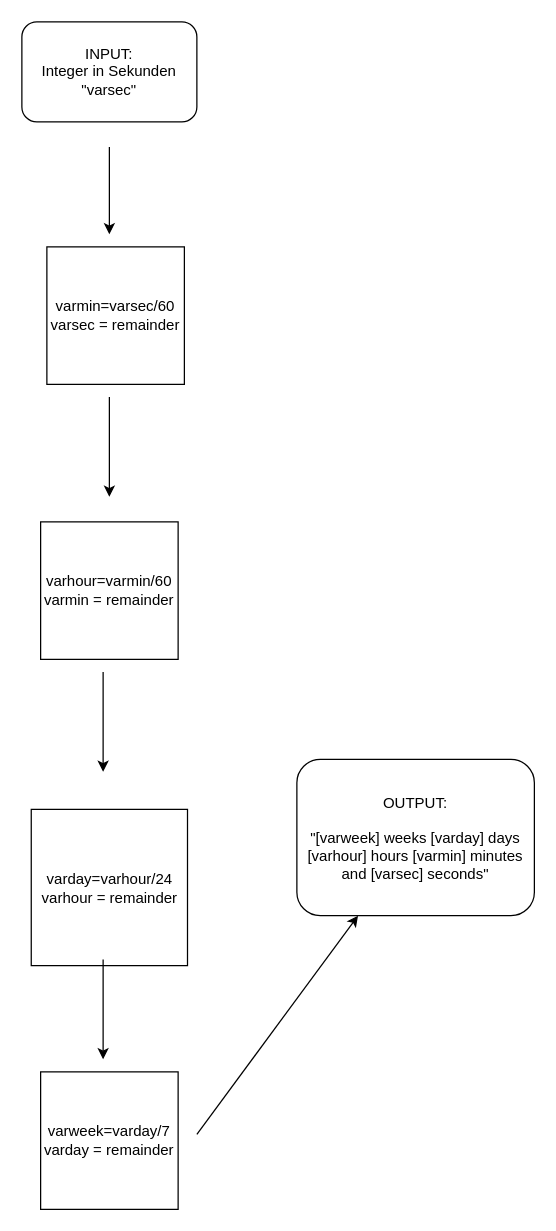
Earlier version of the draw.io diagram Intermediate.drawio (Eikaron/FE21-Algorithms-DAY1-AronMichael). Source tidied: cells renumbered, new cells numbered last; positions are measured from the earlier drawing's top-left corner, leaving out a move shared by most shapes. Both pictures are drawn from the tidied source at 125%, with x=0, y=0 at pixel (21, 21).
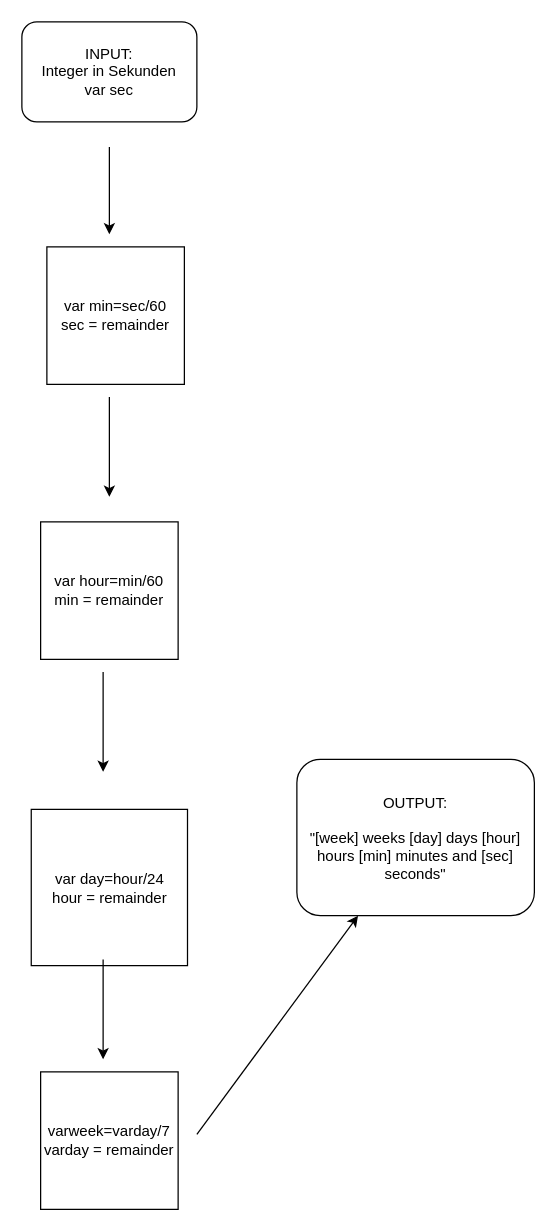
The same diagram, later.

Change to the diagram source:
```diff
@@
 <mxGraphModel>
   <root>
     <mxCell id="0" />
     <mxCell id="1" parent="0" />
-    <mxCell id="2" value="&lt;div&gt;INPUT: &lt;br&gt;&lt;/div&gt;&lt;div&gt;Integer in Sekunden&lt;/div&gt;&lt;div&gt;&quot;varsec&quot;&lt;br&gt;&lt;/div&gt;" style="rounded=1;whiteSpace=wrap;html=1;" parent="1" vertex="1">
+    <mxCell id="2" value="&lt;div&gt;INPUT: &lt;br&gt;&lt;/div&gt;&lt;div&gt;Integer in Sekunden&lt;/div&gt;&lt;div&gt;var sec&lt;br&gt;&lt;/div&gt;" style="rounded=1;whiteSpace=wrap;html=1;" parent="1" vertex="1">
       <mxGeometry width="140" height="80" as="geometry" />
     </mxCell>
     <mxCell id="3" style="endArrow=classic;html=1;" parent="1" edge="1">
       <mxGeometry relative="1" as="geometry">
         <mxPoint x="70" y="100" as="sourcePoint" />
         <mxPoint x="70" y="170" as="targetPoint" />
       </mxGeometry>
     </mxCell>
-    <mxCell id="4" value="&lt;div&gt;varmin=varsec/60&lt;/div&gt;&lt;div&gt;varsec = remainder&lt;br&gt;&lt;/div&gt;" style="whiteSpace=wrap;html=1;" parent="1" vertex="1">
+    <mxCell id="4" value="&lt;div&gt;var min=sec/60&lt;/div&gt;&lt;div&gt;sec = remainder&lt;br&gt;&lt;/div&gt;" style="whiteSpace=wrap;html=1;" parent="1" vertex="1">
       <mxGeometry x="20" y="180" width="110" height="110" as="geometry" />
     </mxCell>
     <mxCell id="5" style="endArrow=classic;html=1;" parent="1" edge="1">
       <mxGeometry relative="1" as="geometry">
         <mxPoint x="70" y="300" as="sourcePoint" />
         <mxPoint x="70" y="380" as="targetPoint" />
       </mxGeometry>
     </mxCell>
-    <mxCell id="6" value="&lt;div&gt;varhour=varmin/60&lt;/div&gt;&lt;div&gt;varmin = remainder&lt;br&gt;&lt;/div&gt;" style="whiteSpace=wrap;html=1;" parent="1" vertex="1">
+    <mxCell id="6" value="&lt;div&gt;var hour=min/60&lt;/div&gt;&lt;div&gt;min = remainder&lt;br&gt;&lt;/div&gt;" style="whiteSpace=wrap;html=1;" parent="1" vertex="1">
       <mxGeometry x="15" y="400" width="110" height="110" as="geometry" />
     </mxCell>
     <mxCell id="7" style="endArrow=classic;html=1;" parent="1" edge="1">
       <mxGeometry relative="1" as="geometry">
         <mxPoint x="65" y="520" as="sourcePoint" />
         <mxPoint x="65" y="600" as="targetPoint" />
       </mxGeometry>
     </mxCell>
-    <mxCell id="8" value="&lt;div&gt;varday=varhour/24&lt;/div&gt;&lt;div align=&quot;left&quot;&gt;varhour = remainder&lt;br&gt;&lt;/div&gt;" style="whiteSpace=wrap;html=1;" parent="1" vertex="1">
+    <mxCell id="8" value="&lt;div&gt;var day=hour/24&lt;/div&gt;&lt;div align=&quot;left&quot;&gt;hour = remainder&lt;br&gt;&lt;/div&gt;" style="whiteSpace=wrap;html=1;" parent="1" vertex="1">
       <mxGeometry x="7.5" y="630" width="125" height="125" as="geometry" />
     </mxCell>
     <mxCell id="9" style="endArrow=classic;html=1;" parent="1" edge="1">
       <mxGeometry relative="1" as="geometry">
         <mxPoint x="65" y="750" as="sourcePoint" />
         <mxPoint x="65" y="830" as="targetPoint" />
       </mxGeometry>
     </mxCell>
     <mxCell id="10" value="&lt;div&gt;varweek=varday/7&lt;/div&gt;&lt;div align=&quot;left&quot;&gt;varday = remainder&lt;br&gt;&lt;/div&gt;" style="whiteSpace=wrap;html=1;" parent="1" vertex="1">
       <mxGeometry x="15" y="840" width="110" height="110" as="geometry" />
     </mxCell>
     <mxCell id="11" style="endArrow=classic;html=1;" parent="1" edge="1" target="12">
       <mxGeometry relative="1" as="geometry">
         <mxPoint x="140" y="890" as="sourcePoint" />
       </mxGeometry>
     </mxCell>
-    <mxCell id="12" value="&lt;div&gt;OUTPUT:&lt;/div&gt;&lt;div&gt;&lt;br&gt;&lt;/div&gt;&quot;[varweek] weeks [varday] days [varhour] hours [varmin] minutes and [varsec] seconds&quot; " style="rounded=1;whiteSpace=wrap;html=1;" parent="1" vertex="1">
+    <mxCell id="12" value="&lt;div&gt;OUTPUT:&lt;/div&gt;&lt;div&gt;&lt;br&gt;&lt;/div&gt;&quot;[week] weeks [day] days [hour] hours [min] minutes and [sec] seconds&quot; " style="rounded=1;whiteSpace=wrap;html=1;" parent="1" vertex="1">
       <mxGeometry x="220" y="590" width="190" height="125" as="geometry" />
     </mxCell>
   </root>
 </mxGraphModel>
```
